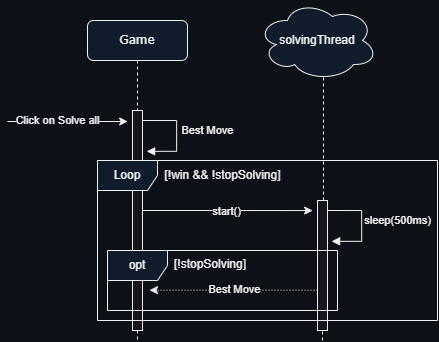
Before: img/Sequence_Diagrams/SD-solve_all-dark_theme.png, a diagram exported from draw.io (nickramos94/Klotski). Source tidied: cells renumbered, new cells last; positions are measured from the earlier drawing's top-left corner, leaving out a move shared by most shapes. The source it was exported from:
```xml
<mxGraphModel background="#0d1117">
  <root>
    <mxCell id="0" />
    <mxCell id="1" parent="0" />
    <mxCell id="2" value="Game" style="shape=umlLifeline;perimeter=lifelinePerimeter;whiteSpace=wrap;html=1;rounded=1;shadow=0;comic=0;labelBackgroundColor=none;strokeWidth=1;fontFamily=Verdana;fontSize=12;align=center;fillColor=#101c2c;" parent="1" vertex="1">
      <mxGeometry x="80" y="20" width="100" height="320" as="geometry" />
    </mxCell>
    <mxCell id="3" style="html=1;perimeter=orthogonalPerimeter;rounded=0;shadow=0;comic=0;labelBackgroundColor=#0d1117;strokeWidth=1;fontFamily=Verdana;fontSize=12;align=center;" parent="2" vertex="1">
      <mxGeometry x="45" y="90" width="10" height="220" as="geometry" />
    </mxCell>
    <mxCell id="4" style="endArrow=classic;html=1;rounded=0;labelBackgroundColor=#0d1117;" parent="2" edge="1">
      <mxGeometry relative="1" as="geometry">
        <mxPoint x="-80" y="101" as="sourcePoint" />
        <mxPoint x="40.2" y="101" as="targetPoint" />
      </mxGeometry>
    </mxCell>
    <mxCell id="5" value="Click on Solve all" style="edgeLabel;html=1;align=center;verticalAlign=middle;labelBackgroundColor=#0d1117;" parent="4" vertex="1">
      <mxGeometry x="-0.32" y="1" relative="1" as="geometry">
        <mxPoint x="9" as="offset" />
      </mxGeometry>
    </mxCell>
    <mxCell id="6" value="[!win &amp;amp;&amp;amp; !stopSolving]" style="text;html=1;align=center;verticalAlign=middle;strokeColor=none;fillColor=none;labelBackgroundColor=#0d1117;" parent="2" vertex="1">
      <mxGeometry x="65" y="140" width="140" height="30" as="geometry" />
    </mxCell>
    <mxCell id="7" value="&amp;nbsp;" style="html=1;align=left;spacingLeft=2;endArrow=block;rounded=0;edgeStyle=orthogonalEdgeStyle;curved=0;rounded=0;exitX=1.086;exitY=0.493;exitDx=0;exitDy=0;exitPerimeter=0;labelBackgroundColor=#0d1117;" parent="2" edge="1">
      <mxGeometry x="-0.01" relative="1" as="geometry">
        <mxPoint x="55" y="100" as="sourcePoint" />
        <mxPoint x="59.1" y="130.8" as="targetPoint" />
        <Array as="points">
          <mxPoint x="89.1" y="99.8" />
          <mxPoint x="89.1" y="130.8" />
        </Array>
      </mxGeometry>
    </mxCell>
    <mxCell id="8" value="Best Move" style="edgeLabel;html=1;align=center;verticalAlign=middle;labelBackgroundColor=#0d1117;" parent="7" vertex="1">
      <mxGeometry x="-0.03" y="1" relative="1" as="geometry">
        <mxPoint x="30" y="-2" as="offset" />
      </mxGeometry>
    </mxCell>
    <mxCell id="9" style="edgeStyle=elbowEdgeStyle;rounded=0;orthogonalLoop=1;jettySize=auto;html=1;elbow=horizontal;curved=0;fontSize=13;labelBackgroundColor=#0d1117;entryX=-0.483;entryY=0.056;entryDx=0;entryDy=0;entryPerimeter=0;" parent="1" edge="1">
      <mxGeometry relative="1" as="geometry">
        <mxPoint x="135" y="210" as="sourcePoint" />
        <mxPoint x="305.2" y="210.1" as="targetPoint" />
      </mxGeometry>
    </mxCell>
    <mxCell id="10" value="&lt;font style=&quot;font-size: 11px;&quot;&gt;start()&lt;/font&gt;" style="edgeLabel;html=1;align=center;verticalAlign=middle;fontSize=13;labelBackgroundColor=#0d1117;" parent="9" vertex="1">
      <mxGeometry x="0.2" relative="1" as="geometry">
        <mxPoint x="-18" as="offset" />
      </mxGeometry>
    </mxCell>
    <mxCell id="11" value="solvingThread" style="ellipse;shape=cloud;whiteSpace=wrap;html=1;labelBackgroundColor=none;fillColor=#101c2c;" parent="1" vertex="1">
      <mxGeometry x="250" width="120" height="80" as="geometry" />
    </mxCell>
    <mxCell id="12" style="endArrow=none;dashed=1;html=1;rounded=0;entryX=0.55;entryY=0.95;entryDx=0;entryDy=0;entryPerimeter=0;labelBackgroundColor=#0d1117;" parent="1" edge="1" source="14" target="11">
      <mxGeometry relative="1" as="geometry" />
    </mxCell>
    <mxCell id="13" style="endArrow=none;dashed=1;html=1;rounded=0;labelBackgroundColor=#0d1117;" parent="1" edge="1">
      <mxGeometry relative="1" as="geometry">
        <mxPoint x="315" y="340" as="sourcePoint" />
        <mxPoint x="315" y="320" as="targetPoint" />
      </mxGeometry>
    </mxCell>
    <mxCell id="14" style="html=1;points=[];perimeter=orthogonalPerimeter;rounded=0;shadow=0;comic=0;labelBackgroundColor=#0d1117;strokeWidth=1;fontFamily=Verdana;fontSize=12;align=center;" parent="1" vertex="1">
      <mxGeometry x="310" y="200" width="10" height="130" as="geometry" />
    </mxCell>
    <mxCell id="15" value="&amp;nbsp;" style="html=1;align=left;spacingLeft=2;endArrow=block;rounded=0;edgeStyle=orthogonalEdgeStyle;curved=0;rounded=0;exitX=1.086;exitY=0.493;exitDx=0;exitDy=0;exitPerimeter=0;labelBackgroundColor=#0d1117;" parent="1" edge="1">
      <mxGeometry x="-0.01" relative="1" as="geometry">
        <mxPoint x="320" y="210" as="sourcePoint" />
        <mxPoint x="324.1" y="240.8" as="targetPoint" />
        <Array as="points">
          <mxPoint x="354.1" y="209.8" />
          <mxPoint x="354.1" y="240.8" />
        </Array>
      </mxGeometry>
    </mxCell>
    <mxCell id="16" value="sleep(500ms)" style="edgeLabel;html=1;align=center;verticalAlign=middle;labelBackgroundColor=#0d1117;" parent="15" vertex="1">
      <mxGeometry x="-0.03" y="1" relative="1" as="geometry">
        <mxPoint x="35" y="-2" as="offset" />
      </mxGeometry>
    </mxCell>
    <mxCell id="17" value="opt" style="shape=umlFrame;whiteSpace=wrap;html=1;labelBackgroundColor=none;fillColor=#101c2c;" parent="1" vertex="1">
      <mxGeometry x="100" y="250" width="230" height="60" as="geometry" />
    </mxCell>
    <mxCell id="18" value="&lt;span style=&quot;color: rgb(240, 240, 240); font-family: Helvetica; font-size: 12px; font-style: normal; font-variant-ligatures: normal; font-variant-caps: normal; font-weight: 400; letter-spacing: normal; orphans: 2; text-align: center; text-indent: 0px; text-transform: none; widows: 2; word-spacing: 0px; -webkit-text-stroke-width: 0px; text-decoration-thickness: initial; text-decoration-style: initial; text-decoration-color: initial; float: none; display: inline !important;&quot;&gt;[!stopSolving]&lt;/span&gt;" style="text;whiteSpace=wrap;html=1;labelBackgroundColor=#0d1117;" parent="1" vertex="1">
      <mxGeometry x="165" y="250" width="80" height="30" as="geometry" />
    </mxCell>
    <mxCell id="19" value="c" style="endArrow=classic;html=1;rounded=0;dashed=1;dashPattern=1 2;exitX=-0.229;exitY=0.791;exitDx=0;exitDy=0;exitPerimeter=0;labelBackgroundColor=#0d1117;" parent="1" edge="1">
      <mxGeometry relative="1" as="geometry">
        <mxPoint x="310" y="289.7" as="sourcePoint" />
        <mxPoint x="142" y="289.7" as="targetPoint" />
      </mxGeometry>
    </mxCell>
    <mxCell id="20" value="Best Move" style="edgeLabel;html=1;align=center;verticalAlign=middle;labelBackgroundColor=#0d1117;" parent="19" vertex="1">
      <mxGeometry x="-0.44" y="-1" relative="1" as="geometry">
        <mxPoint x="-36" as="offset" />
      </mxGeometry>
    </mxCell>
    <mxCell id="21" value="Loop" style="shape=umlFrame;whiteSpace=wrap;html=1;labelBackgroundColor=none;fillColor=#101c2c;" parent="1" vertex="1">
      <mxGeometry x="90" y="160" width="340" height="160" as="geometry" />
    </mxCell>
  </root>
</mxGraphModel>
```
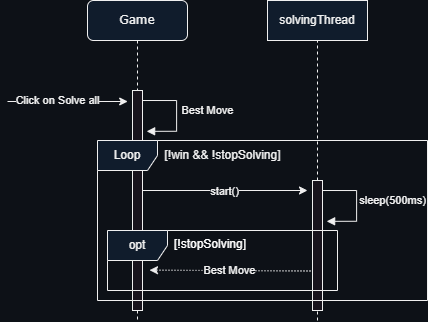
Later version of the same file.

Commit message:
added internal SD of check_win and solve

Change to the diagram source:
```diff
@@ -37,10 +37,10 @@
         <mxPoint x="30" y="-2" as="offset" />
       </mxGeometry>
     </mxCell>
-    <mxCell id="9" style="edgeStyle=elbowEdgeStyle;rounded=0;orthogonalLoop=1;jettySize=auto;html=1;elbow=horizontal;curved=0;fontSize=13;labelBackgroundColor=#0d1117;entryX=-0.483;entryY=0.056;entryDx=0;entryDy=0;entryPerimeter=0;" parent="1" edge="1">
+    <mxCell id="9" style="edgeStyle=elbowEdgeStyle;rounded=0;orthogonalLoop=1;jettySize=auto;html=1;elbow=horizontal;curved=0;fontSize=13;labelBackgroundColor=#0d1117;" parent="1" edge="1">
       <mxGeometry relative="1" as="geometry">
         <mxPoint x="135" y="210" as="sourcePoint" />
-        <mxPoint x="305.2" y="210.1" as="targetPoint" />
+        <mxPoint x="300" y="210" as="targetPoint" />
       </mxGeometry>
     </mxCell>
     <mxCell id="10" value="&lt;font style=&quot;font-size: 11px;&quot;&gt;start()&lt;/font&gt;" style="edgeLabel;html=1;align=center;verticalAlign=middle;fontSize=13;labelBackgroundColor=#0d1117;" parent="9" vertex="1">
@@ -48,28 +48,27 @@
         <mxPoint x="-18" as="offset" />
       </mxGeometry>
     </mxCell>
-    <mxCell id="11" value="solvingThread" style="ellipse;shape=cloud;whiteSpace=wrap;html=1;labelBackgroundColor=none;fillColor=#101c2c;" parent="1" vertex="1">
-      <mxGeometry x="250" width="120" height="80" as="geometry" />
-    </mxCell>
-    <mxCell id="12" style="endArrow=none;dashed=1;html=1;rounded=0;entryX=0.55;entryY=0.95;entryDx=0;entryDy=0;entryPerimeter=0;labelBackgroundColor=#0d1117;" parent="1" edge="1" source="14" target="11">
-      <mxGeometry relative="1" as="geometry" />
+    <mxCell id="12" style="endArrow=none;dashed=1;html=1;rounded=0;entryX=0.5;entryY=1;entryDx=0;entryDy=0;labelBackgroundColor=#0d1117;" parent="1" edge="1" target="11">
+      <mxGeometry relative="1" as="geometry">
+        <mxPoint x="310" y="200" as="sourcePoint" />
+      </mxGeometry>
     </mxCell>
     <mxCell id="13" style="endArrow=none;dashed=1;html=1;rounded=0;labelBackgroundColor=#0d1117;" parent="1" edge="1">
       <mxGeometry relative="1" as="geometry">
-        <mxPoint x="315" y="340" as="sourcePoint" />
-        <mxPoint x="315" y="320" as="targetPoint" />
+        <mxPoint x="310" y="340" as="sourcePoint" />
+        <mxPoint x="310" y="320" as="targetPoint" />
       </mxGeometry>
     </mxCell>
     <mxCell id="14" style="html=1;points=[];perimeter=orthogonalPerimeter;rounded=0;shadow=0;comic=0;labelBackgroundColor=#0d1117;strokeWidth=1;fontFamily=Verdana;fontSize=12;align=center;" parent="1" vertex="1">
-      <mxGeometry x="310" y="200" width="10" height="130" as="geometry" />
+      <mxGeometry x="305" y="200" width="10" height="130" as="geometry" />
     </mxCell>
     <mxCell id="15" value="&amp;nbsp;" style="html=1;align=left;spacingLeft=2;endArrow=block;rounded=0;edgeStyle=orthogonalEdgeStyle;curved=0;rounded=0;exitX=1.086;exitY=0.493;exitDx=0;exitDy=0;exitPerimeter=0;labelBackgroundColor=#0d1117;" parent="1" edge="1">
       <mxGeometry x="-0.01" relative="1" as="geometry">
-        <mxPoint x="320" y="210" as="sourcePoint" />
-        <mxPoint x="324.1" y="240.8" as="targetPoint" />
+        <mxPoint x="315" y="210" as="sourcePoint" />
+        <mxPoint x="319.1" y="240.8" as="targetPoint" />
         <Array as="points">
-          <mxPoint x="354.1" y="209.8" />
-          <mxPoint x="354.1" y="240.8" />
+          <mxPoint x="349.1" y="209.8" />
+          <mxPoint x="349.1" y="240.8" />
         </Array>
       </mxGeometry>
     </mxCell>
@@ -81,12 +80,11 @@
     <mxCell id="17" value="opt" style="shape=umlFrame;whiteSpace=wrap;html=1;labelBackgroundColor=none;fillColor=#101c2c;" parent="1" vertex="1">
       <mxGeometry x="100" y="250" width="230" height="60" as="geometry" />
     </mxCell>
-    <mxCell id="18" value="&lt;span style=&quot;color: rgb(240, 240, 240); font-family: Helvetica; font-size: 12px; font-style: normal; font-variant-ligatures: normal; font-variant-caps: normal; font-weight: 400; letter-spacing: normal; orphans: 2; text-align: center; text-indent: 0px; text-transform: none; widows: 2; word-spacing: 0px; -webkit-text-stroke-width: 0px; text-decoration-thickness: initial; text-decoration-style: initial; text-decoration-color: initial; float: none; display: inline !important;&quot;&gt;[!stopSolving]&lt;/span&gt;" style="text;whiteSpace=wrap;html=1;labelBackgroundColor=#0d1117;" parent="1" vertex="1">
+    <mxCell id="18" value="&lt;span style=&quot;font-family: Helvetica; font-size: 12px; font-style: normal; font-variant-ligatures: normal; font-variant-caps: normal; font-weight: 400; letter-spacing: normal; orphans: 2; text-align: center; text-indent: 0px; text-transform: none; widows: 2; word-spacing: 0px; -webkit-text-stroke-width: 0px; text-decoration-thickness: initial; text-decoration-style: initial; text-decoration-color: initial; float: none; display: inline !important;&quot;&gt;&lt;font color=&quot;#ffffff&quot;&gt;[!stopSolving]&lt;/font&gt;&lt;/span&gt;" style="text;whiteSpace=wrap;html=1;labelBackgroundColor=#0d1117;" parent="1" vertex="1">
       <mxGeometry x="165" y="250" width="80" height="30" as="geometry" />
     </mxCell>
-    <mxCell id="19" value="c" style="endArrow=classic;html=1;rounded=0;dashed=1;dashPattern=1 2;exitX=-0.229;exitY=0.791;exitDx=0;exitDy=0;exitPerimeter=0;labelBackgroundColor=#0d1117;" parent="1" edge="1">
+    <mxCell id="19" value="c" style="endArrow=classic;html=1;rounded=0;dashed=1;dashPattern=1 2;labelBackgroundColor=#0d1117;exitX=-0.2;exitY=0.696;exitDx=0;exitDy=0;exitPerimeter=0;" parent="1" edge="1" source="14">
       <mxGeometry relative="1" as="geometry">
-        <mxPoint x="310" y="289.7" as="sourcePoint" />
         <mxPoint x="142" y="289.7" as="targetPoint" />
       </mxGeometry>
     </mxCell>
@@ -96,7 +94,10 @@
       </mxGeometry>
     </mxCell>
     <mxCell id="21" value="Loop" style="shape=umlFrame;whiteSpace=wrap;html=1;labelBackgroundColor=none;fillColor=#101c2c;" parent="1" vertex="1">
-      <mxGeometry x="90" y="160" width="340" height="160" as="geometry" />
+      <mxGeometry x="90" y="160" width="330" height="160" as="geometry" />
     </mxCell>
+    <mxCell id="11" value="solvingThread" style="html=1;whiteSpace=wrap;labelBackgroundColor=none;fillColor=#101c2c;" parent="1" vertex="1">
+      <mxGeometry x="260" y="20" width="100" height="40" as="geometry" />
+    </mxCell>
   </root>
 </mxGraphModel>
```
